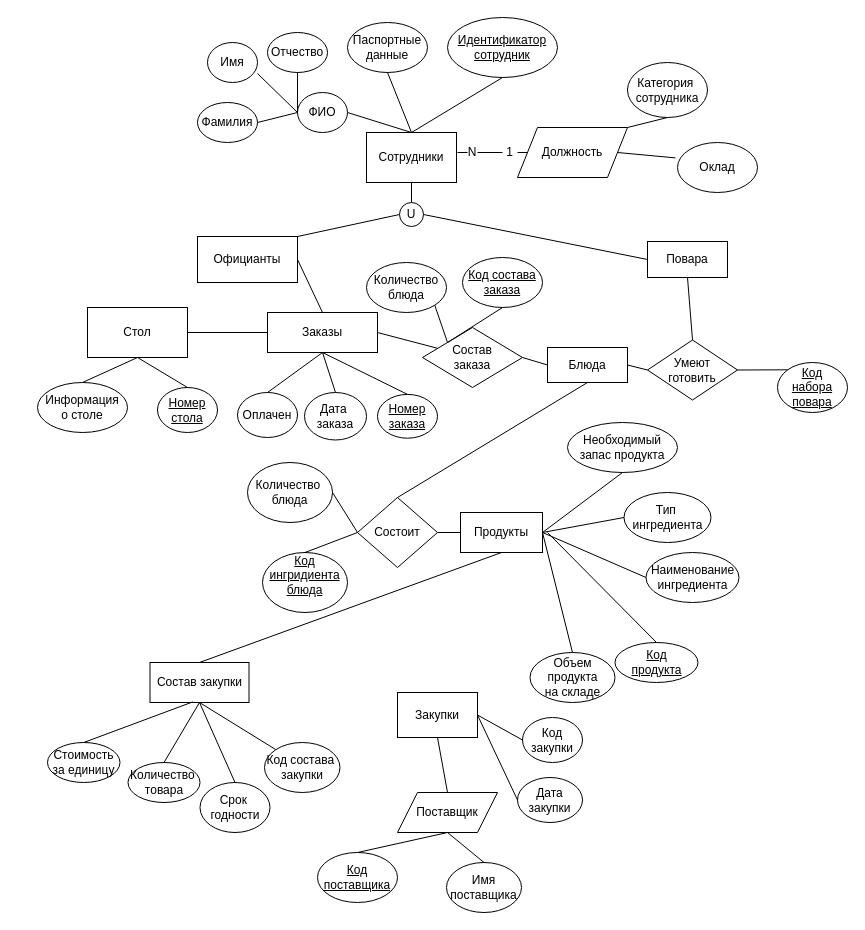
The draw.io diagram page "Page-1" (1 of 2) of Untitled Diagram.drawio in rarexe/cs102, before the edit. Source tidied: cells renumbered, new cells numbered last; positions are measured from the earlier drawing's top-left corner, leaving out a move shared by most shapes. Both pictures are drawn from the tidied source at 100%, with x=0, y=0 at pixel (37, 17).
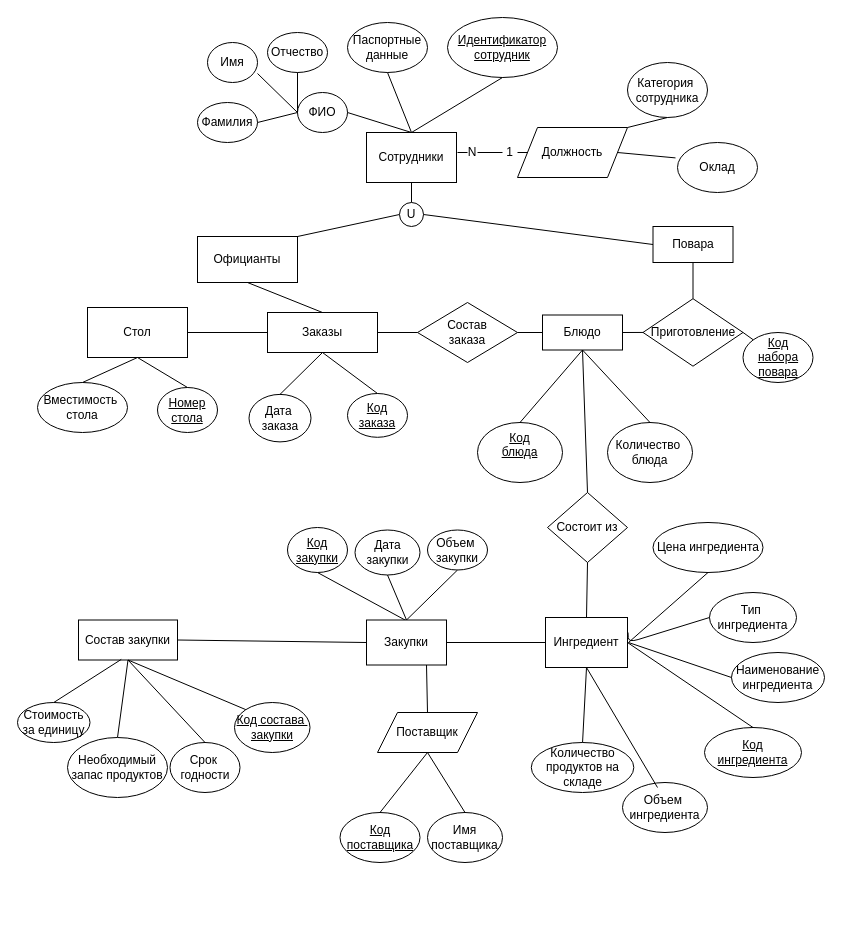
After the change.

The change refers to these unchanged cells:
```xml
<mxCell id="26" value="Официанты" style="rounded=0;whiteSpace=wrap;html=1;" parent="1" vertex="1">
  <mxGeometry x="160" y="219" width="100" height="46" as="geometry" />
</mxCell>
<mxCell id="28" value="Заказы" style="rounded=0;whiteSpace=wrap;html=1;" parent="1" vertex="1">
  <mxGeometry x="230" y="295" width="110" height="40" as="geometry" />
</mxCell>
```

Change to the diagram source:
```diff
@@
-    <mxCell id="29" style="endArrow=none;html=1;entryX=0.5;entryY=0;entryDx=0;entryDy=0;exitX=1;exitY=0.5;exitDx=0;exitDy=0;" parent="1" edge="1" source="26" target="28">
+    <mxCell id="29" style="endArrow=none;html=1;entryX=0.5;entryY=0;entryDx=0;entryDy=0;exitX=0.5;exitY=1;exitDx=0;exitDy=0;" parent="1" edge="1" source="26" target="28">
       <mxGeometry relative="1" as="geometry" />
     </mxCell>
@@
-    <mxCell id="32" value="Информация&lt;br&gt;о столе" style="ellipse;whiteSpace=wrap;html=1;" parent="1" vertex="1">
+    <mxCell id="32" value="Вместимость&amp;nbsp;&lt;br&gt;стола" style="ellipse;whiteSpace=wrap;html=1;" parent="1" vertex="1">
       <mxGeometry y="365" width="90" height="50" as="geometry" />
     </mxCell>
@@
-    <mxCell id="36" value="&lt;u&gt;Номер&lt;br&gt;заказа&lt;/u&gt;" style="ellipse;whiteSpace=wrap;html=1;" parent="1" vertex="1">
-      <mxGeometry x="340" y="376.9" width="60" height="43.8" as="geometry" />
+    <mxCell id="36" value="&lt;u&gt;Код&lt;br&gt;заказа&lt;/u&gt;" style="ellipse;whiteSpace=wrap;html=1;" parent="1" vertex="1">
+      <mxGeometry x="310" y="376" width="60" height="43.8" as="geometry" />
     </mxCell>
     <mxCell id="37" value="Дата&amp;nbsp;&lt;br&gt;заказа" style="ellipse;whiteSpace=wrap;html=1;" parent="1" vertex="1">
-      <mxGeometry x="267" y="375" width="62" height="47.5" as="geometry" />
+      <mxGeometry x="211.5" y="376.9" width="62" height="47.5" as="geometry" />
     </mxCell>
-    <mxCell id="38" value="Оплачен" style="ellipse;whiteSpace=wrap;html=1;" parent="1" vertex="1">
-      <mxGeometry x="200" y="375" width="60" height="45" as="geometry" />
-    </mxCell>
-    <mxCell id="39" style="endArrow=none;html=1;exitX=0.5;exitY=0;exitDx=0;exitDy=0;entryX=0.5;entryY=1;entryDx=0;entryDy=0;" parent="1" edge="1" source="38" target="28">
-      <mxGeometry relative="1" as="geometry" />
-    </mxCell>
@@
     <mxCell id="42" value="Состав&lt;br&gt;заказа" style="rhombus;whiteSpace=wrap;html=1;" parent="1" vertex="1">
-      <mxGeometry x="385" y="310" width="100" height="60" as="geometry" />
+      <mxGeometry x="380" y="285" width="100" height="60" as="geometry" />
     </mxCell>
@@
-    <mxCell id="44" value="Количество&lt;br&gt;блюда" style="ellipse;whiteSpace=wrap;html=1;" parent="1" vertex="1">
-      <mxGeometry x="329" y="245" width="80" height="50" as="geometry" />
-    </mxCell>
-    <mxCell id="45" value="&lt;u&gt;Код состава&lt;br&gt;заказа&lt;br&gt;&lt;/u&gt;" style="ellipse;whiteSpace=wrap;html=1;" parent="1" vertex="1">
-      <mxGeometry x="425" y="240" width="80" height="50" as="geometry" />
-    </mxCell>
-    <mxCell id="46" style="endArrow=none;html=1;exitX=1;exitY=1;exitDx=0;exitDy=0;entryX=0;entryY=0;entryDx=0;entryDy=0;" parent="1" edge="1" source="44" target="42">
-      <mxGeometry relative="1" as="geometry" />
-    </mxCell>
-    <mxCell id="47" style="endArrow=none;html=1;entryX=0.5;entryY=1;entryDx=0;entryDy=0;exitX=0;exitY=0;exitDx=0;exitDy=0;" parent="1" edge="1" source="42" target="45">
-      <mxGeometry relative="1" as="geometry" />
-    </mxCell>
@@
     <mxCell id="49" value="Повара" style="rounded=0;whiteSpace=wrap;html=1;" parent="1" vertex="1">
-      <mxGeometry x="610" y="224" width="80" height="36" as="geometry" />
+      <mxGeometry x="615.5" y="209" width="80" height="36" as="geometry" />
     </mxCell>
@@
-    <mxCell id="51" value="Умеют&lt;br&gt;готовить" style="rhombus;whiteSpace=wrap;html=1;" parent="1" vertex="1">
-      <mxGeometry x="610" y="322.5" width="90" height="60" as="geometry" />
+    <mxCell id="51" value="Приготовление" style="rhombus;whiteSpace=wrap;html=1;" parent="1" vertex="1">
+      <mxGeometry x="605.5" y="281.2" width="100" height="67.5" as="geometry" />
     </mxCell>
     <mxCell id="52" value="&lt;u&gt;Код&lt;br&gt;набора&lt;br&gt;повара&lt;br&gt;&lt;/u&gt;" style="ellipse;whiteSpace=wrap;html=1;" parent="1" vertex="1">
-      <mxGeometry x="740" y="345" width="70" height="50" as="geometry" />
+      <mxGeometry x="705.5" y="315" width="70" height="50" as="geometry" />
     </mxCell>
@@
-    <mxCell id="55" value="Блюда" style="rounded=0;whiteSpace=wrap;html=1;" parent="1" vertex="1">
-      <mxGeometry x="510" y="330" width="80" height="35" as="geometry" />
+    <mxCell id="55" value="Блюдо" style="rounded=0;whiteSpace=wrap;html=1;" parent="1" vertex="1">
+      <mxGeometry x="505" y="297.5" width="80" height="35" as="geometry" />
     </mxCell>
@@
-    <mxCell id="58" value="Состоит" style="rhombus;whiteSpace=wrap;html=1;" parent="1" vertex="1">
-      <mxGeometry x="320" y="480" width="80" height="70" as="geometry" />
+    <mxCell id="58" value="Состоит из" style="rhombus;whiteSpace=wrap;html=1;" parent="1" vertex="1">
+      <mxGeometry x="510" y="475" width="80" height="70" as="geometry" />
     </mxCell>
@@
     <mxCell id="60" value="Количество&amp;nbsp;&lt;br&gt;блюда" style="ellipse;whiteSpace=wrap;html=1;" parent="1" vertex="1">
-      <mxGeometry x="210" y="445" width="85" height="60" as="geometry" />
+      <mxGeometry x="570" y="405" width="85" height="60" as="geometry" />
     </mxCell>
-    <mxCell id="61" value="&lt;u&gt;Код&lt;br&gt;ингридиента&lt;br&gt;блюда&lt;br&gt;&lt;br&gt;&lt;/u&gt;" style="ellipse;whiteSpace=wrap;html=1;" parent="1" vertex="1">
-      <mxGeometry x="225" y="535" width="85" height="60" as="geometry" />
+    <mxCell id="61" value="&lt;u&gt;Код&lt;br&gt;блюда&lt;br&gt;&lt;br&gt;&lt;/u&gt;" style="ellipse;whiteSpace=wrap;html=1;" parent="1" vertex="1">
+      <mxGeometry x="440" y="405" width="85" height="60" as="geometry" />
     </mxCell>
-    <mxCell id="62" style="endArrow=none;html=1;exitX=0;exitY=0.5;exitDx=0;exitDy=0;entryX=1;entryY=0.5;entryDx=0;entryDy=0;" parent="1" edge="1" source="58" target="60">
+    <mxCell id="62" style="endArrow=none;html=1;exitX=0.5;exitY=1;exitDx=0;exitDy=0;entryX=0.5;entryY=0;entryDx=0;entryDy=0;" parent="1" edge="1" source="55" target="60">
       <mxGeometry relative="1" as="geometry" />
     </mxCell>
-    <mxCell id="63" style="endArrow=none;html=1;exitX=0;exitY=0.5;exitDx=0;exitDy=0;entryX=0.5;entryY=0;entryDx=0;entryDy=0;" parent="1" edge="1" source="58" target="61">
+    <mxCell id="63" style="endArrow=none;html=1;exitX=0.5;exitY=1;exitDx=0;exitDy=0;entryX=0.5;entryY=0;entryDx=0;entryDy=0;" parent="1" edge="1" source="55" target="61">
       <mxGeometry relative="1" as="geometry" />
     </mxCell>
-    <mxCell id="64" value="Продукты" style="rounded=0;whiteSpace=wrap;html=1;" parent="1" vertex="1">
-      <mxGeometry x="423" y="495" width="82" height="40" as="geometry" />
+    <mxCell id="64" value="Ингредиент" style="rounded=0;whiteSpace=wrap;html=1;" parent="1" vertex="1">
+      <mxGeometry x="508" y="600" width="82" height="50" as="geometry" />
     </mxCell>
-    <mxCell id="65" style="endArrow=none;html=1;exitX=0;exitY=0.5;exitDx=0;exitDy=0;entryX=1;entryY=0.5;entryDx=0;entryDy=0;" parent="1" edge="1" source="64" target="58">
+    <mxCell id="65" style="endArrow=none;html=1;exitX=0.5;exitY=0;exitDx=0;exitDy=0;entryX=0.5;entryY=1;entryDx=0;entryDy=0;" parent="1" edge="1" source="64" target="58">
       <mxGeometry relative="1" as="geometry" />
     </mxCell>
-    <mxCell id="66" value="&lt;u&gt;Код&lt;br&gt;продукта&lt;/u&gt;" style="ellipse;whiteSpace=wrap;html=1;" parent="1" vertex="1">
-      <mxGeometry x="577.5" y="625" width="83" height="40" as="geometry" />
+    <mxCell id="66" value="&lt;u&gt;Код&lt;br&gt;ингредиента&lt;br&gt;&lt;/u&gt;" style="ellipse;whiteSpace=wrap;html=1;" parent="1" vertex="1">
+      <mxGeometry x="667" y="710" width="97" height="50" as="geometry" />
     </mxCell>
-    <mxCell id="67" value="Объем продукта&lt;br&gt;на складе&lt;br&gt;" style="ellipse;whiteSpace=wrap;html=1;" parent="1" vertex="1">
-      <mxGeometry x="492.5" y="635" width="85" height="50" as="geometry" />
+    <mxCell id="67" value="Объем&amp;nbsp;&lt;br&gt;ингредиента" style="ellipse;whiteSpace=wrap;html=1;" parent="1" vertex="1">
+      <mxGeometry x="585" y="765" width="85" height="50" as="geometry" />
     </mxCell>
     <mxCell id="68" value="Тип&amp;nbsp;&lt;br&gt;ингредиента" style="ellipse;whiteSpace=wrap;html=1;" parent="1" vertex="1">
-      <mxGeometry x="586.5" y="475" width="87" height="50" as="geometry" />
+      <mxGeometry x="672" y="575" width="87" height="50" as="geometry" />
     </mxCell>
-    <mxCell id="69" value="Необходимый запас продукта&lt;br&gt;" style="ellipse;whiteSpace=wrap;html=1;" parent="1" vertex="1">
-      <mxGeometry x="530" y="405" width="110" height="50" as="geometry" />
+    <mxCell id="69" value="Цена ингредиента" style="ellipse;whiteSpace=wrap;html=1;" parent="1" vertex="1">
+      <mxGeometry x="615.5" y="505" width="110" height="50" as="geometry" />
     </mxCell>
     <mxCell id="70" value="Наименование&lt;br&gt;ингредиента" style="ellipse;whiteSpace=wrap;html=1;" parent="1" vertex="1">
-      <mxGeometry x="608.5" y="535" width="93" height="50" as="geometry" />
+      <mxGeometry x="694" y="635" width="93" height="50" as="geometry" />
     </mxCell>
-    <mxCell id="71" style="endArrow=none;html=1;entryX=0.5;entryY=1;entryDx=0;entryDy=0;exitX=1;exitY=0.5;exitDx=0;exitDy=0;" parent="1" edge="1" source="64" target="69">
-      <mxGeometry relative="1" as="geometry" />
+    <mxCell id="71" style="endArrow=none;html=1;entryX=0.5;entryY=1;entryDx=0;entryDy=0;" parent="1" edge="1" target="69">
+      <mxGeometry relative="1" as="geometry">
+        <mxPoint x="591" y="625" as="sourcePoint" />
+      </mxGeometry>
     </mxCell>
-    <mxCell id="72" style="endArrow=none;html=1;entryX=0;entryY=0.5;entryDx=0;entryDy=0;exitX=1;exitY=0.5;exitDx=0;exitDy=0;" parent="1" edge="1" source="64" target="68">
-      <mxGeometry relative="1" as="geometry" />
+    <mxCell id="72" style="endArrow=none;html=1;entryX=0;entryY=0.5;entryDx=0;entryDy=0;exitX=1;exitY=0.5;exitDx=0;exitDy=0;" parent="1" edge="1" target="68">
+      <mxGeometry relative="1" as="geometry">
+        <mxPoint x="590.5" y="615" as="sourcePoint" />
+        <Array as="points">
+          <mxPoint x="591" y="625" />
+        </Array>
+      </mxGeometry>
     </mxCell>
-    <mxCell id="73" style="endArrow=none;html=1;entryX=0;entryY=0.5;entryDx=0;entryDy=0;exitX=1;exitY=0.5;exitDx=0;exitDy=0;" parent="1" edge="1" source="64" target="70">
-      <mxGeometry relative="1" as="geometry" />
+    <mxCell id="73" style="endArrow=none;html=1;entryX=0;entryY=0.5;entryDx=0;entryDy=0;" parent="1" edge="1" target="70">
+      <mxGeometry relative="1" as="geometry">
+        <mxPoint x="591" y="625" as="sourcePoint" />
+      </mxGeometry>
     </mxCell>
-    <mxCell id="74" style="endArrow=none;html=1;exitX=0.5;exitY=0;exitDx=0;exitDy=0;" parent="1" edge="1" source="66">
-      <mxGeometry relative="1" as="geometry">
-        <mxPoint x="510" y="515" as="targetPoint" />
-      </mxGeometry>
+    <mxCell id="74" style="endArrow=none;html=1;exitX=0.5;exitY=0;exitDx=0;exitDy=0;entryX=1;entryY=0.5;entryDx=0;entryDy=0;" parent="1" edge="1" source="66" target="64">
+      <mxGeometry relative="1" as="geometry" />
     </mxCell>
-    <mxCell id="75" style="endArrow=none;html=1;exitX=0.5;exitY=0;exitDx=0;exitDy=0;entryX=1;entryY=0.5;entryDx=0;entryDy=0;" parent="1" edge="1" source="67" target="64">
-      <mxGeometry relative="1" as="geometry" />
+    <mxCell id="75" style="endArrow=none;html=1;entryX=0.5;entryY=1;entryDx=0;entryDy=0;" parent="1" edge="1" target="64">
+      <mxGeometry relative="1" as="geometry">
+        <mxPoint x="620" y="770" as="sourcePoint" />
+      </mxGeometry>
     </mxCell>
     <mxCell id="76" value="Состав закупки" style="rounded=0;whiteSpace=wrap;html=1;" parent="1" vertex="1">
-      <mxGeometry x="112.5" y="645" width="99" height="40" as="geometry" />
+      <mxGeometry x="41" y="602.5" width="99" height="40" as="geometry" />
     </mxCell>
-    <mxCell id="77" style="endArrow=none;html=1;exitX=0.5;exitY=0;exitDx=0;exitDy=0;entryX=0.5;entryY=1;entryDx=0;entryDy=0;" parent="1" edge="1" source="76" target="64">
+    <mxCell id="77" style="endArrow=none;html=1;exitX=1;exitY=0.5;exitDx=0;exitDy=0;entryX=0;entryY=0.5;entryDx=0;entryDy=0;" parent="1" edge="1" source="86" target="64">
       <mxGeometry relative="1" as="geometry" />
     </mxCell>
-    <mxCell id="78" value="Код состава&amp;nbsp;&lt;br&gt;закупки" style="ellipse;whiteSpace=wrap;html=1;" parent="1" vertex="1">
-      <mxGeometry x="227" y="725" width="75.5" height="50" as="geometry" />
+    <mxCell id="78" value="&lt;u&gt;Код состава&amp;nbsp;&lt;br&gt;закупки&lt;/u&gt;" style="ellipse;whiteSpace=wrap;html=1;" parent="1" vertex="1">
+      <mxGeometry x="197" y="685" width="75.5" height="50" as="geometry" />
     </mxCell>
     <mxCell id="79" value="Срок&amp;nbsp;&lt;br&gt;годности" style="ellipse;whiteSpace=wrap;html=1;" parent="1" vertex="1">
-      <mxGeometry x="162.5" y="765" width="70" height="50" as="geometry" />
+      <mxGeometry x="132.5" y="725" width="70" height="50" as="geometry" />
     </mxCell>
-    <mxCell id="80" value="Количество&amp;nbsp;&lt;br&gt;товара" style="ellipse;whiteSpace=wrap;html=1;" parent="1" vertex="1">
-      <mxGeometry x="90.5" y="745" width="72" height="40" as="geometry" />
-    </mxCell>
     <mxCell id="81" value="Стоимость за единицу" style="ellipse;whiteSpace=wrap;html=1;" parent="1" vertex="1">
-      <mxGeometry x="10" y="725" width="72.5" height="40" as="geometry" />
+      <mxGeometry x="-20" y="685" width="72.5" height="40" as="geometry" />
     </mxCell>
@@
-    <mxCell id="83" style="endArrow=none;html=1;exitX=0.5;exitY=0;exitDx=0;exitDy=0;entryX=0.5;entryY=1;entryDx=0;entryDy=0;" parent="1" edge="1" source="80" target="76">
+    <mxCell id="83" style="endArrow=none;html=1;exitX=0.5;exitY=0;exitDx=0;exitDy=0;entryX=0.5;entryY=1;entryDx=0;entryDy=0;" parent="1" edge="1" source="101" target="76">
       <mxGeometry relative="1" as="geometry" />
     </mxCell>
@@
-    <mxCell id="86" value="Закупки" style="rounded=0;whiteSpace=wrap;html=1;" parent="1" vertex="1">
-      <mxGeometry x="360" y="675" width="80" height="45" as="geometry" />
-    </mxCell>
-    <mxCell id="87" value="Код&lt;br&gt;закупки" style="ellipse;whiteSpace=wrap;html=1;" parent="1" vertex="1">
-      <mxGeometry x="485" y="700" width="60" height="45" as="geometry" />
+    <mxCell id="87" value="&lt;u&gt;Код&lt;br&gt;закупки&lt;/u&gt;" style="ellipse;whiteSpace=wrap;html=1;" parent="1" vertex="1">
+      <mxGeometry x="250" y="510" width="60" height="45" as="geometry" />
     </mxCell>
     <mxCell id="88" value="Дата закупки" style="ellipse;whiteSpace=wrap;html=1;" parent="1" vertex="1">
-      <mxGeometry x="480" y="760" width="65" height="45" as="geometry" />
+      <mxGeometry x="317.5" y="512.5" width="65" height="45" as="geometry" />
     </mxCell>
-    <mxCell id="89" style="endArrow=none;html=1;exitX=1;exitY=0.5;exitDx=0;exitDy=0;entryX=0;entryY=0.5;entryDx=0;entryDy=0;" parent="1" edge="1" source="86" target="87">
+    <mxCell id="89" style="endArrow=none;html=1;exitX=1;exitY=0.5;exitDx=0;exitDy=0;entryX=0.5;entryY=1;entryDx=0;entryDy=0;" parent="1" edge="1" source="86" target="87">
       <mxGeometry relative="1" as="geometry" />
     </mxCell>
-    <mxCell id="90" style="endArrow=none;html=1;exitX=1;exitY=0.5;exitDx=0;exitDy=0;entryX=0;entryY=0.5;entryDx=0;entryDy=0;" parent="1" edge="1" source="86" target="88">
+    <mxCell id="90" style="endArrow=none;html=1;exitX=0.5;exitY=0;exitDx=0;exitDy=0;entryX=0.5;entryY=1;entryDx=0;entryDy=0;" parent="1" edge="1" source="86" target="88">
       <mxGeometry relative="1" as="geometry" />
     </mxCell>
     <mxCell id="91" value="Поставщик" style="shape=parallelogram;perimeter=parallelogramPerimeter;whiteSpace=wrap;html=1;fixedSize=1;" parent="1" vertex="1">
-      <mxGeometry x="360" y="775" width="100" height="40" as="geometry" />
+      <mxGeometry x="340" y="695" width="100" height="40" as="geometry" />
     </mxCell>
-    <mxCell id="92" style="endArrow=none;html=1;exitX=0.5;exitY=0;exitDx=0;exitDy=0;entryX=0.5;entryY=1;entryDx=0;entryDy=0;" parent="1" edge="1" source="91" target="86">
+    <mxCell id="92" style="endArrow=none;html=1;exitX=0.5;exitY=0;exitDx=0;exitDy=0;entryX=0.75;entryY=1;entryDx=0;entryDy=0;" parent="1" edge="1" source="91" target="86">
       <mxGeometry relative="1" as="geometry" />
     </mxCell>
     <mxCell id="93" value="&lt;u&gt;&lt;span&gt;Код&lt;/span&gt;&lt;br&gt;&lt;span&gt;поставщика&lt;/span&gt;&lt;/u&gt;" style="ellipse;whiteSpace=wrap;html=1;" parent="1" vertex="1">
-      <mxGeometry x="280" y="835" width="80" height="50" as="geometry" />
+      <mxGeometry x="302.5" y="795" width="80" height="50" as="geometry" />
     </mxCell>
     <mxCell id="94" value="&lt;span&gt;Имя&lt;/span&gt;&lt;br&gt;&lt;span&gt;поставщика&lt;/span&gt;" style="ellipse;whiteSpace=wrap;html=1;" parent="1" vertex="1">
-      <mxGeometry x="409" y="845" width="75" height="50" as="geometry" />
+      <mxGeometry x="390" y="795" width="75" height="50" as="geometry" />
     </mxCell>
@@
+    <mxCell id="97" value="Объем&amp;nbsp;&lt;br&gt;закупки" style="ellipse;whiteSpace=wrap;html=1;" parent="1" vertex="1">
+      <mxGeometry x="390" y="512.5" width="60" height="40" as="geometry" />
+    </mxCell>
+    <mxCell id="98" style="endArrow=none;html=1;exitX=0.5;exitY=1;exitDx=0;exitDy=0;entryX=0.5;entryY=0;entryDx=0;entryDy=0;" parent="1" edge="1" source="97" target="86">
+      <mxGeometry relative="1" as="geometry" />
+    </mxCell>
+    <mxCell id="86" value="Закупки" style="rounded=0;whiteSpace=wrap;html=1;" parent="1" vertex="1">
+      <mxGeometry x="329" y="602.5" width="80" height="45" as="geometry" />
+    </mxCell>
+    <mxCell id="99" style="endArrow=none;html=1;exitX=1;exitY=0.5;exitDx=0;exitDy=0;entryX=0;entryY=0.5;entryDx=0;entryDy=0;" parent="1" edge="1" source="76" target="86">
+      <mxGeometry relative="1" as="geometry" />
+    </mxCell>
+    <mxCell id="100" value="Количество&lt;br&gt;продуктов на складе&lt;br&gt;" style="ellipse;whiteSpace=wrap;html=1;" parent="1" vertex="1">
+      <mxGeometry x="493.8" y="725" width="102.5" height="50" as="geometry" />
+    </mxCell>
+    <mxCell id="101" value="Необходимый&lt;br&gt;запас продуктов" style="ellipse;whiteSpace=wrap;html=1;" parent="1" vertex="1">
+      <mxGeometry x="30" y="720" width="100" height="60" as="geometry" />
+    </mxCell>
+    <mxCell id="102" style="endArrow=none;html=1;entryX=0.5;entryY=1;entryDx=0;entryDy=0;exitX=0.5;exitY=0;exitDx=0;exitDy=0;" parent="1" edge="1" source="100" target="64">
+      <mxGeometry relative="1" as="geometry" />
+    </mxCell>
```
